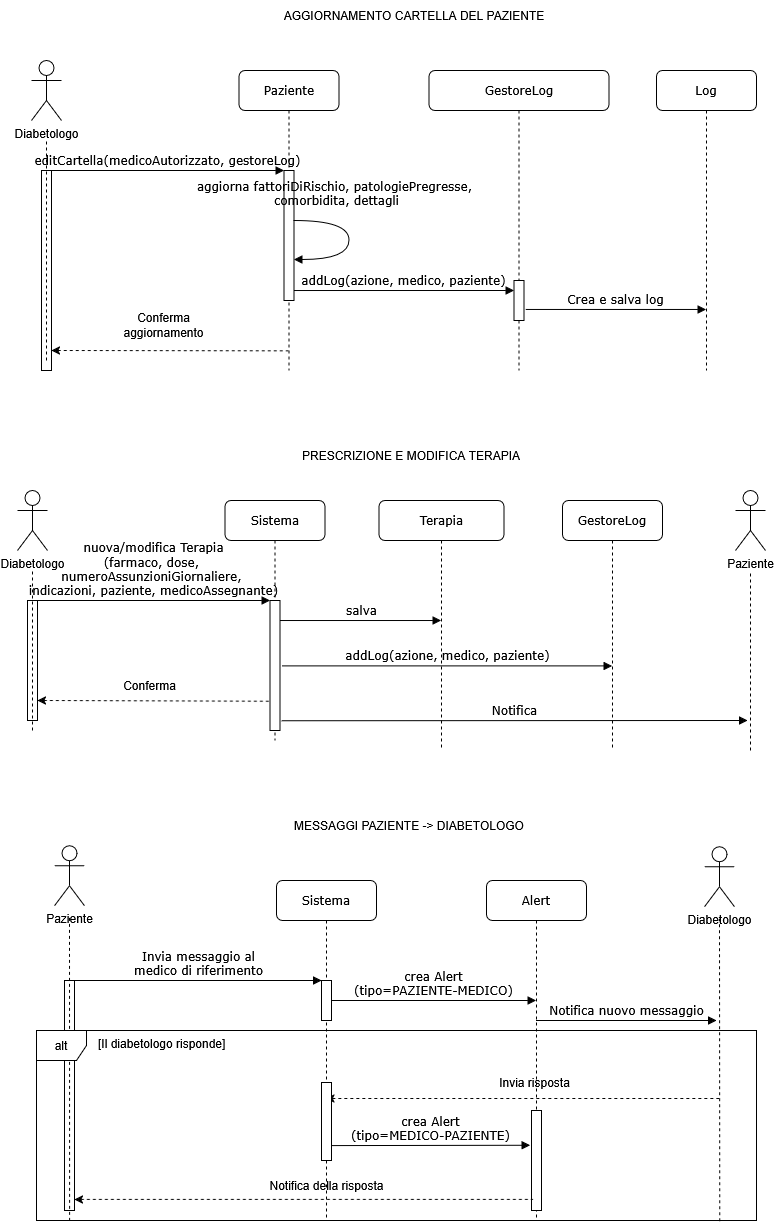
This is Relazione Ingegneria del Software/Immagini/SequenceDiagram33.png from Reyunityone/diabete-tracker, a draw.io export, as it was before one commit. Source tidied: cells renumbered, new cells last; positions are measured from the earlier drawing's top-left corner, leaving out a move shared by most shapes.
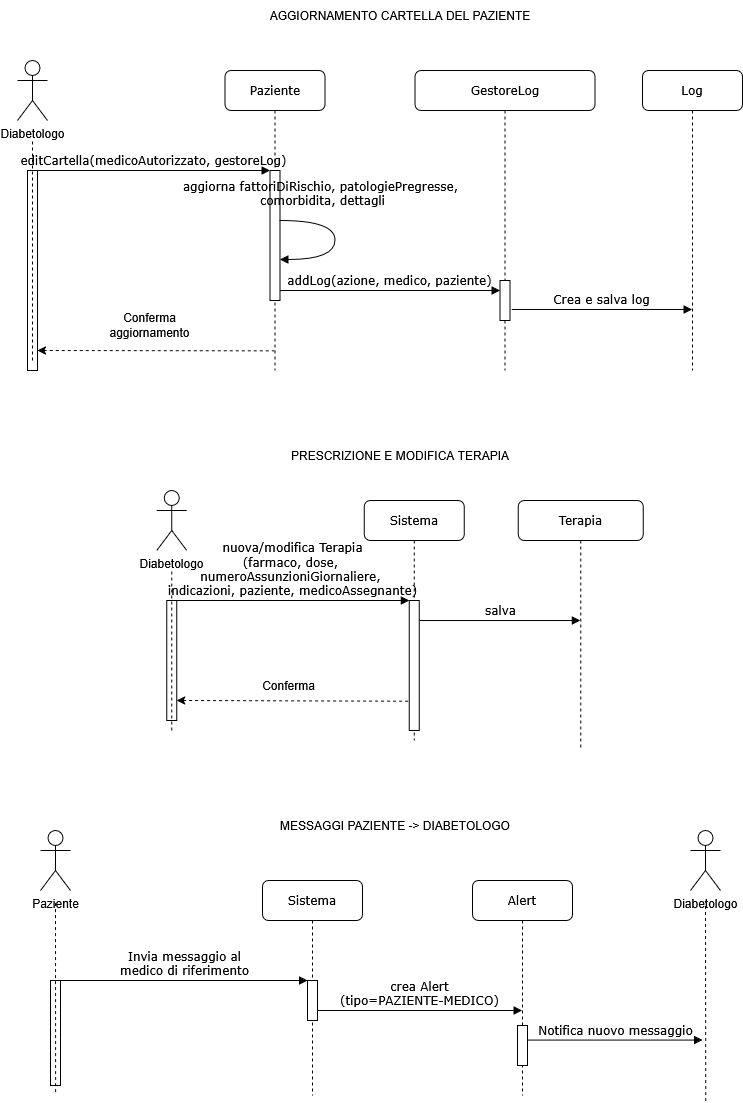
Later version of the same file.

Change to the diagram source:
```diff
@@ -37,8 +37,8 @@
     </mxCell>
     <mxCell id="12" style="edgeStyle=orthogonalEdgeStyle;rounded=0;orthogonalLoop=1;jettySize=auto;html=1;innerLoopWaypoints=1;exitX=0.5;exitY=1;exitDx=0;exitDy=0;" parent="1" edge="1">
       <mxGeometry relative="1" as="geometry">
-        <mxPoint x="219" y="560" as="sourcePoint" />
-        <mxPoint x="219" y="560" as="targetPoint" />
+        <mxPoint x="372.2" y="560" as="sourcePoint" />
+        <mxPoint x="372.2" y="560" as="targetPoint" />
       </mxGeometry>
     </mxCell>
     <mxCell id="13" style="endArrow=none;dashed=1;html=1;rounded=0;startArrow=classic;startFill=1;exitX=0.992;exitY=0.9;exitDx=0;exitDy=0;exitPerimeter=0;" parent="1" edge="1" source="9">
@@ -69,146 +69,105 @@
       </mxGeometry>
     </mxCell>
     <mxCell id="18" value="PRESCRIZIONE E MODIFICA TERAPIA" style="text;html=1;whiteSpace=wrap;strokeColor=none;fillColor=none;align=center;verticalAlign=middle;rounded=0;" parent="1" vertex="1">
-      <mxGeometry x="183.5" y="440" width="420" height="30" as="geometry" />
+      <mxGeometry x="186.5" y="440" width="420" height="30" as="geometry" />
     </mxCell>
     <mxCell id="19" value="Sistema" style="shape=umlLifeline;perimeter=lifelinePerimeter;whiteSpace=wrap;html=1;rounded=1;shadow=0;comic=0;labelBackgroundColor=none;strokeWidth=1;fontFamily=Verdana;fontSize=12;align=center;" parent="1" vertex="1">
-      <mxGeometry x="207.5" y="500" width="100" height="240" as="geometry" />
+      <mxGeometry x="360.8" y="500" width="100" height="240" as="geometry" />
     </mxCell>
     <mxCell id="20" style="html=1;points=[];perimeter=orthogonalPerimeter;rounded=0;shadow=0;comic=0;labelBackgroundColor=none;strokeWidth=1;fontFamily=Verdana;fontSize=12;align=center;" parent="19" vertex="1">
       <mxGeometry x="45" y="100" width="10" height="130" as="geometry" />
     </mxCell>
     <mxCell id="21" value="Terapia" style="shape=umlLifeline;perimeter=lifelinePerimeter;whiteSpace=wrap;html=1;outlineConnect=0;rounded=1;shadow=0;comic=0;labelBackgroundColor=none;strokeWidth=1;fontFamily=Verdana;fontSize=12;align=center;" parent="1" vertex="1">
-      <mxGeometry x="361.5" y="500" width="125" height="250" as="geometry" />
+      <mxGeometry x="514.8" y="500" width="125" height="250" as="geometry" />
     </mxCell>
-    <mxCell id="22" value="GestoreLog" style="shape=umlLifeline;perimeter=lifelinePerimeter;whiteSpace=wrap;html=1;outlineConnect=0;rounded=1;shadow=0;comic=0;labelBackgroundColor=none;strokeWidth=1;fontFamily=Verdana;fontSize=12;align=center;" parent="1" vertex="1">
-      <mxGeometry x="545" y="500" width="100" height="250" as="geometry" />
-    </mxCell>
     <mxCell id="23" value="&lt;div&gt;nuova/modifica Terapia&lt;/div&gt;&lt;div&gt;(farmaco, dose,&amp;nbsp;&lt;/div&gt;&lt;div&gt;numeroAssunzioniGiornaliere,&amp;nbsp;&lt;/div&gt;&lt;div&gt;indicazioni, paziente, medicoAssegnante)&lt;/div&gt;" style="html=1;verticalAlign=bottom;endArrow=block;entryX=0;entryY=0;labelBackgroundColor=none;fontFamily=Verdana;fontSize=12;edgeStyle=elbowEdgeStyle;elbow=vertical;rounded=0;" parent="1" edge="1" source="24" target="20">
       <mxGeometry relative="1" as="geometry" />
     </mxCell>
     <mxCell id="24" style="html=1;points=[];perimeter=orthogonalPerimeter;rounded=0;shadow=0;comic=0;labelBackgroundColor=none;strokeWidth=1;fontFamily=Verdana;fontSize=12;align=center;" parent="1" vertex="1">
-      <mxGeometry x="10" y="600" width="10" height="120" as="geometry" />
+      <mxGeometry x="163.2" y="600" width="10" height="120" as="geometry" />
     </mxCell>
     <mxCell id="25" value="Diabetologo" style="shape=umlActor;verticalLabelPosition=bottom;verticalAlign=top;html=1;" parent="1" vertex="1">
-      <mxGeometry y="490" width="30" height="60" as="geometry" />
+      <mxGeometry x="153.2" y="490" width="30" height="60" as="geometry" />
     </mxCell>
     <mxCell id="26" style="endArrow=none;dashed=1;html=1;rounded=0;" parent="1" edge="1">
       <mxGeometry relative="1" as="geometry">
-        <mxPoint x="15" y="730" as="sourcePoint" />
-        <mxPoint x="15" y="570" as="targetPoint" />
+        <mxPoint x="168.2" y="730" as="sourcePoint" />
+        <mxPoint x="168.2" y="570" as="targetPoint" />
       </mxGeometry>
     </mxCell>
     <mxCell id="27" style="endArrow=none;dashed=1;html=1;rounded=0;startArrow=classic;startFill=1;exitX=0.992;exitY=0.9;exitDx=0;exitDy=0;exitPerimeter=0;entryX=0.133;entryY=0.775;entryDx=0;entryDy=0;entryPerimeter=0;" parent="1" edge="1" target="20">
       <mxGeometry relative="1" as="geometry">
-        <mxPoint x="20" y="700" as="sourcePoint" />
+        <mxPoint x="173.2" y="700" as="sourcePoint" />
       </mxGeometry>
     </mxCell>
     <mxCell id="28" value="&lt;div&gt;Conferma&lt;/div&gt;" style="text;html=1;whiteSpace=wrap;strokeColor=none;fillColor=none;align=center;verticalAlign=middle;rounded=0;" parent="1" vertex="1">
-      <mxGeometry x="70.1" y="670" width="125" height="30" as="geometry" />
+      <mxGeometry x="223.3" y="670" width="125" height="30" as="geometry" />
     </mxCell>
     <mxCell id="29" value="salva" style="html=1;verticalAlign=bottom;endArrow=block;labelBackgroundColor=none;fontFamily=Verdana;fontSize=12;elbow=vertical;rounded=0;" parent="1" edge="1" target="21">
       <mxGeometry relative="1" as="geometry">
-        <mxPoint x="262.5" y="620" as="sourcePoint" />
+        <mxPoint x="415.8" y="620" as="sourcePoint" />
       </mxGeometry>
     </mxCell>
     <mxCell id="30" value="MESSAGGI PAZIENTE -&amp;gt; DIABETOLOGO" style="text;html=1;whiteSpace=wrap;strokeColor=none;fillColor=none;align=center;verticalAlign=middle;rounded=0;" parent="1" vertex="1">
       <mxGeometry x="182" y="810" width="420" height="30" as="geometry" />
     </mxCell>
     <mxCell id="31" value="Sistema" style="shape=umlLifeline;perimeter=lifelinePerimeter;whiteSpace=wrap;html=1;outlineConnect=0;rounded=1;shadow=0;comic=0;labelBackgroundColor=none;strokeWidth=1;fontFamily=Verdana;fontSize=12;align=center;" parent="1" vertex="1">
-      <mxGeometry x="259" y="880" width="100" height="340" as="geometry" />
+      <mxGeometry x="259" y="880" width="100" height="215" as="geometry" />
     </mxCell>
     <mxCell id="32" style="html=1;points=[];perimeter=orthogonalPerimeter;rounded=0;shadow=0;comic=0;labelBackgroundColor=none;strokeWidth=1;fontFamily=Verdana;fontSize=12;align=center;" parent="31" vertex="1">
       <mxGeometry x="45" y="100" width="10" height="40" as="geometry" />
     </mxCell>
+    <mxCell id="36" value="&lt;div&gt;crea Alert&lt;/div&gt;&lt;div&gt;(tipo=PAZIENTE-MEDICO)&lt;/div&gt;" style="html=1;verticalAlign=bottom;endArrow=block;labelBackgroundColor=none;fontFamily=Verdana;fontSize=12;elbow=vertical;rounded=0;" parent="31" edge="1">
+      <mxGeometry relative="1" as="geometry">
+        <mxPoint x="55" y="130" as="sourcePoint" />
+        <mxPoint x="259.5" y="130" as="targetPoint" />
+      </mxGeometry>
+    </mxCell>
     <mxCell id="33" value="Alert" style="shape=umlLifeline;perimeter=lifelinePerimeter;whiteSpace=wrap;html=1;outlineConnect=0;rounded=1;shadow=0;comic=0;labelBackgroundColor=none;strokeWidth=1;fontFamily=Verdana;fontSize=12;align=center;" parent="1" vertex="1">
-      <mxGeometry x="469" y="880" width="100" height="340" as="geometry" />
+      <mxGeometry x="469" y="880" width="100" height="215" as="geometry" />
     </mxCell>
-    <mxCell id="34" style="html=1;points=[];perimeter=orthogonalPerimeter;rounded=0;shadow=0;comic=0;labelBackgroundColor=none;strokeWidth=1;fontFamily=Verdana;fontSize=12;align=center;" parent="1" vertex="1">
-      <mxGeometry x="514" y="1110" width="10" height="100" as="geometry" />
-    </mxCell>
     <mxCell id="35" value="&lt;div&gt;Invia messaggio al&lt;/div&gt;&lt;div&gt;medico di riferimento&lt;/div&gt;" style="html=1;verticalAlign=bottom;endArrow=block;entryX=0;entryY=0;labelBackgroundColor=none;fontFamily=Verdana;fontSize=12;edgeStyle=elbowEdgeStyle;elbow=vertical;rounded=0;" parent="1" edge="1" source="37" target="32">
       <mxGeometry relative="1" as="geometry" />
     </mxCell>
-    <mxCell id="36" value="&lt;div&gt;crea Alert&lt;/div&gt;&lt;div&gt;(tipo=PAZIENTE-MEDICO)&lt;/div&gt;" style="html=1;verticalAlign=bottom;endArrow=block;labelBackgroundColor=none;fontFamily=Verdana;fontSize=12;elbow=vertical;rounded=0;" parent="1" edge="1" source="32" target="33">
-      <mxGeometry relative="1" as="geometry" />
-    </mxCell>
     <mxCell id="37" style="html=1;points=[];perimeter=orthogonalPerimeter;rounded=0;shadow=0;comic=0;labelBackgroundColor=none;strokeWidth=1;fontFamily=Verdana;fontSize=12;align=center;" parent="1" vertex="1">
-      <mxGeometry x="47" y="980" width="10" height="230" as="geometry" />
+      <mxGeometry x="47" y="980" width="10" height="105" as="geometry" />
     </mxCell>
     <mxCell id="38" style="group;" parent="1" vertex="1">
-      <mxGeometry x="37" y="870" width="30" height="340" as="geometry" />
+      <mxGeometry x="37" y="870" width="30" height="215" as="geometry" />
     </mxCell>
+    <mxCell id="40" style="endArrow=none;dashed=1;html=1;rounded=0;exitX=0.046;exitY=1.002;exitDx=0;exitDy=0;exitPerimeter=0;" parent="38" edge="1">
+      <mxGeometry relative="1" as="geometry">
+        <mxPoint x="15.1" y="221.6" as="sourcePoint" />
+        <mxPoint x="15" y="29.7" as="targetPoint" />
+      </mxGeometry>
+    </mxCell>
     <mxCell id="39" value="Paziente" style="shape=umlActor;verticalLabelPosition=bottom;verticalAlign=top;html=1;" parent="38" vertex="1">
-      <mxGeometry y="-24.8" width="30" height="60" as="geometry" />
+      <mxGeometry y="-40" width="30" height="60" as="geometry" />
     </mxCell>
-    <mxCell id="40" style="endArrow=none;dashed=1;html=1;rounded=0;exitX=0.046;exitY=1.002;exitDx=0;exitDy=0;exitPerimeter=0;" parent="38" edge="1" source="44">
-      <mxGeometry relative="1" as="geometry">
-        <mxPoint x="15" y="46.9" as="targetPoint" />
-      </mxGeometry>
-    </mxCell>
     <mxCell id="41" style="group;" parent="1" vertex="1">
-      <mxGeometry x="687" y="870" width="30" height="350" as="geometry" />
+      <mxGeometry x="687" y="870" width="30" height="230" as="geometry" />
     </mxCell>
+    <mxCell id="43" style="endArrow=none;dashed=1;html=1;rounded=0;exitX=0.949;exitY=1.004;exitDx=0;exitDy=0;exitPerimeter=0;" parent="41" edge="1">
+      <mxGeometry relative="1" as="geometry">
+        <mxPoint x="15.3" y="230.5" as="sourcePoint" />
+        <mxPoint x="15" y="31.7" as="targetPoint" />
+      </mxGeometry>
+    </mxCell>
     <mxCell id="42" value="Diabetologo" style="shape=umlActor;verticalLabelPosition=bottom;verticalAlign=top;html=1;" parent="41" vertex="1">
-      <mxGeometry y="-23.8" width="30" height="60" as="geometry" />
+      <mxGeometry y="-40" width="30" height="60" as="geometry" />
     </mxCell>
-    <mxCell id="43" style="endArrow=none;dashed=1;html=1;rounded=0;exitX=0.949;exitY=1.004;exitDx=0;exitDy=0;exitPerimeter=0;" parent="41" edge="1" source="44">
-      <mxGeometry relative="1" as="geometry">
-        <mxPoint x="15" y="48.3" as="targetPoint" />
-      </mxGeometry>
-    </mxCell>
-    <mxCell id="44" value="alt" style="shape=umlFrame;whiteSpace=wrap;html=1;width=50;height=30;" parent="1" vertex="1">
-      <mxGeometry x="19" y="1030" width="720" height="190" as="geometry" />
-    </mxCell>
-    <mxCell id="45" value="[Il diabetologo risponde]" style="text;html=1;" parent="1" vertex="1">
-      <mxGeometry x="19" y="1030" width="100" height="20" as="geometry">
-        <mxPoint x="60" as="offset" />
-      </mxGeometry>
-    </mxCell>
-    <mxCell id="46" style="endArrow=none;dashed=1;html=1;rounded=0;startArrow=classic;startFill=1;entryX=0.15;entryY=0.889;entryDx=0;entryDy=0;entryPerimeter=0;" parent="1" edge="1" source="37" target="34">
-      <mxGeometry relative="1" as="geometry" />
-    </mxCell>
-    <mxCell id="47" value="Notifica nuovo messaggio" style="html=1;verticalAlign=bottom;endArrow=block;labelBackgroundColor=none;fontFamily=Verdana;fontSize=12;elbow=vertical;rounded=0;" parent="1" edge="1" source="33">
+    <mxCell id="47" value="Notifica nuovo messaggio" style="html=1;verticalAlign=bottom;endArrow=block;labelBackgroundColor=none;fontFamily=Verdana;fontSize=12;elbow=vertical;rounded=0;" parent="1" edge="1" source="58">
       <mxGeometry relative="1" as="geometry">
-        <mxPoint x="699" y="1020" as="targetPoint" />
+        <mxPoint x="699" y="1039.6" as="targetPoint" />
       </mxGeometry>
     </mxCell>
-    <mxCell id="48" style="endArrow=none;dashed=1;html=1;rounded=0;startArrow=classic;startFill=1;entryX=0.133;entryY=0.775;entryDx=0;entryDy=0;entryPerimeter=0;" parent="1" edge="1" source="31">
-      <mxGeometry relative="1" as="geometry">
-        <mxPoint x="703" y="1098" as="targetPoint" />
-      </mxGeometry>
-    </mxCell>
-    <mxCell id="49" value="Invia risposta" style="text;html=1;whiteSpace=wrap;strokeColor=none;fillColor=none;align=center;verticalAlign=middle;rounded=0;" parent="1" vertex="1">
-      <mxGeometry x="455" y="1067" width="125" height="30" as="geometry" />
-    </mxCell>
-    <mxCell id="50" value="&lt;div&gt;crea Alert&lt;/div&gt;&lt;div&gt;(tipo=MEDICO-PAZIENTE)&lt;/div&gt;" style="html=1;verticalAlign=bottom;endArrow=block;labelBackgroundColor=none;fontFamily=Verdana;fontSize=12;elbow=vertical;rounded=0;entryX=-0.127;entryY=0.412;entryDx=0;entryDy=0;entryPerimeter=0;" parent="1" edge="1">
-      <mxGeometry relative="1" as="geometry">
-        <mxPoint x="314" y="1145.1" as="sourcePoint" />
-        <mxPoint x="512.7" y="1144.8" as="targetPoint" />
-      </mxGeometry>
-    </mxCell>
-    <mxCell id="51" style="html=1;perimeter=orthogonalPerimeter;rounded=0;shadow=0;comic=0;labelBackgroundColor=none;strokeWidth=1;fontFamily=Verdana;fontSize=12;align=center;" parent="1" vertex="1">
-      <mxGeometry x="304" y="1082" width="10" height="78" as="geometry" />
-    </mxCell>
-    <mxCell id="52" value="&lt;div&gt;Notifica della risposta&lt;/div&gt;" style="text;html=1;whiteSpace=wrap;strokeColor=none;fillColor=none;align=center;verticalAlign=middle;rounded=0;" parent="1" vertex="1">
-      <mxGeometry x="246.5" y="1170" width="125" height="30" as="geometry" />
-    </mxCell>
-    <mxCell id="53" value="addLog(azione, medico, paziente)" style="html=1;verticalAlign=bottom;endArrow=block;labelBackgroundColor=none;fontFamily=Verdana;fontSize=12;elbow=vertical;rounded=0;exitX=1.217;exitY=0.503;exitDx=0;exitDy=0;exitPerimeter=0;" parent="1" edge="1" source="20" target="22">
-      <mxGeometry relative="1" as="geometry" />
-    </mxCell>
-    <mxCell id="54" value="&lt;div&gt;Paziente&lt;/div&gt;" style="shape=umlActor;verticalLabelPosition=bottom;verticalAlign=top;html=1;" parent="1" vertex="1">
-      <mxGeometry x="718" y="490" width="30" height="60" as="geometry" />
-    </mxCell>
-    <mxCell id="55" style="endArrow=none;dashed=1;html=1;rounded=0;" parent="1" edge="1">
-      <mxGeometry relative="1" as="geometry">
-        <mxPoint x="733" y="750" as="sourcePoint" />
-        <mxPoint x="733" y="570" as="targetPoint" />
-      </mxGeometry>
-    </mxCell>
-    <mxCell id="56" value="Notifica" style="html=1;verticalAlign=bottom;endArrow=block;labelBackgroundColor=none;fontFamily=Verdana;fontSize=12;elbow=vertical;rounded=0;exitX=1.173;exitY=0.925;exitDx=0;exitDy=0;exitPerimeter=0;" parent="1" edge="1" source="20">
-      <mxGeometry relative="1" as="geometry">
-        <mxPoint x="730" y="720" as="targetPoint" />
-      </mxGeometry>
-    </mxCell>
+    <mxCell id="57" style="html=1;verticalAlign=bottom;endArrow=block;labelBackgroundColor=none;fontFamily=Verdana;fontSize=12;elbow=vertical;rounded=0;" parent="1" edge="1" target="58">
+      <mxGeometry relative="1" as="geometry">
+        <mxPoint x="518.7" y="1039.6" as="sourcePoint" />
+      </mxGeometry>
+    </mxCell>
+    <mxCell id="58" style="html=1;points=[];perimeter=orthogonalPerimeter;rounded=0;shadow=0;comic=0;labelBackgroundColor=none;strokeWidth=1;fontFamily=Verdana;fontSize=12;align=center;" parent="1" vertex="1">
+      <mxGeometry x="514" y="1025" width="10" height="40" as="geometry" />
+    </mxCell>
   </root>
 </mxGraphModel>
```
